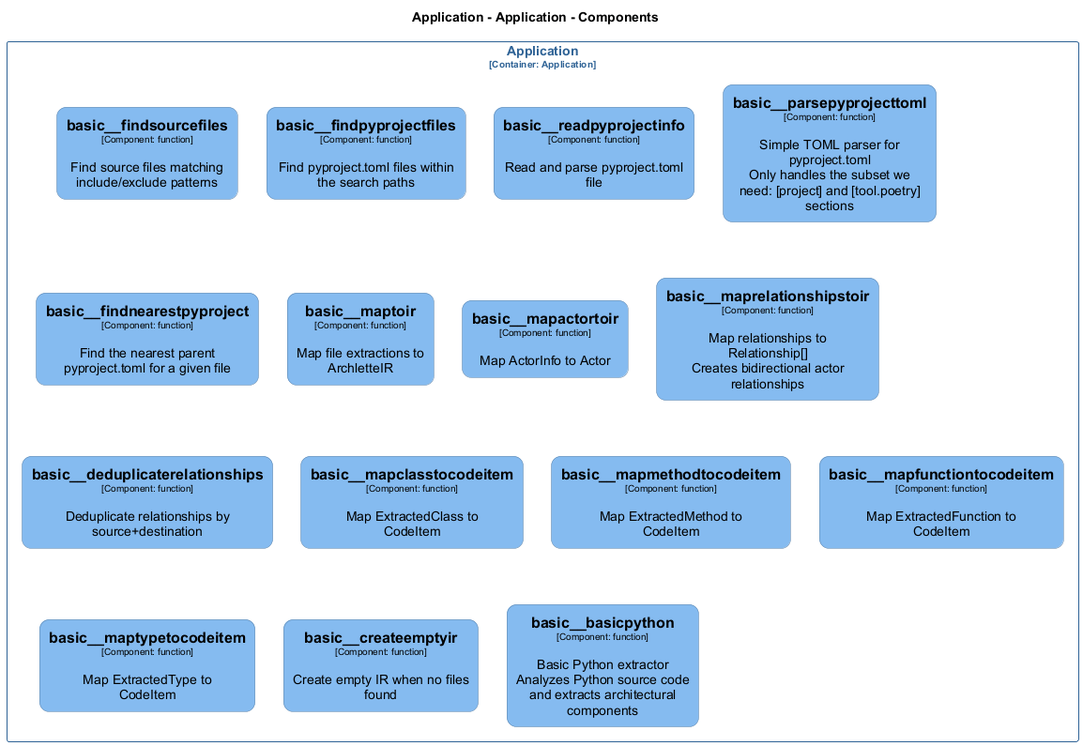
Earlier version of the PlantUML export src/templates/docs/architecture/diagrams/structurizr-Classes_default_container__basic.png (chrislyons-dev/archlette). The source it was exported from:
```plantuml
@startuml
set separator none
title Application - Application - Components

top to bottom direction
skinparam ranksep 60
skinparam nodesep 30

skinparam {
  arrowFontSize 10
  defaultTextAlignment center
  wrapWidth 200
  maxMessageSize 100
  defaultFontName "Arial"
}

hide stereotype

skinparam rectangle<<Application.Application.basic__basicpython>> {
  BackgroundColor #85bbf0
  FontColor #000000
  BorderColor #5d82a8
  roundCorner 20
  shadowing false
}
skinparam rectangle<<Application.Application.basic__createemptyir>> {
  BackgroundColor #85bbf0
  FontColor #000000
  BorderColor #5d82a8
  roundCorner 20
  shadowing false
}
skinparam rectangle<<Application.Application.basic__deduplicaterelationships>> {
  BackgroundColor #85bbf0
  FontColor #000000
  BorderColor #5d82a8
  roundCorner 20
  shadowing false
}
skinparam rectangle<<Application.Application.basic__findnearestpyproject>> {
  BackgroundColor #85bbf0
  FontColor #000000
  BorderColor #5d82a8
  roundCorner 20
  shadowing false
}
skinparam rectangle<<Application.Application.basic__findpyprojectfiles>> {
  BackgroundColor #85bbf0
  FontColor #000000
  BorderColor #5d82a8
  roundCorner 20
  shadowing false
}
skinparam rectangle<<Application.Application.basic__findsourcefiles>> {
  BackgroundColor #85bbf0
  FontColor #000000
  BorderColor #5d82a8
  roundCorner 20
  shadowing false
}
skinparam rectangle<<Application.Application.basic__mapactortoir>> {
  BackgroundColor #85bbf0
  FontColor #000000
  BorderColor #5d82a8
  roundCorner 20
  shadowing false
}
skinparam rectangle<<Application.Application.basic__mapclasstocodeitem>> {
  BackgroundColor #85bbf0
  FontColor #000000
  BorderColor #5d82a8
  roundCorner 20
  shadowing false
}
skinparam rectangle<<Application.Application.basic__mapfunctiontocodeitem>> {
  BackgroundColor #85bbf0
  FontColor #000000
  BorderColor #5d82a8
  roundCorner 20
  shadowing false
}
skinparam rectangle<<Application.Application.basic__mapmethodtocodeitem>> {
  BackgroundColor #85bbf0
  FontColor #000000
  BorderColor #5d82a8
  roundCorner 20
  shadowing false
}
skinparam rectangle<<Application.Application.basic__maprelationshipstoir>> {
  BackgroundColor #85bbf0
  FontColor #000000
  BorderColor #5d82a8
  roundCorner 20
  shadowing false
}
skinparam rectangle<<Application.Application.basic__maptoir>> {
  BackgroundColor #85bbf0
  FontColor #000000
  BorderColor #5d82a8
  roundCorner 20
  shadowing false
}
skinparam rectangle<<Application.Application.basic__maptypetocodeitem>> {
  BackgroundColor #85bbf0
  FontColor #000000
  BorderColor #5d82a8
  roundCorner 20
  shadowing false
}
skinparam rectangle<<Application.Application.basic__parsepyprojecttoml>> {
  BackgroundColor #85bbf0
  FontColor #000000
  BorderColor #5d82a8
  roundCorner 20
  shadowing false
}
skinparam rectangle<<Application.Application.basic__readpyprojectinfo>> {
  BackgroundColor #85bbf0
  FontColor #000000
  BorderColor #5d82a8
  roundCorner 20
  shadowing false
}
skinparam rectangle<<Application.Application>> {
  BorderColor #2e6295
  FontColor #2e6295
  shadowing false
}

rectangle "Application\n<size:10>[Container: Application]</size>" <<Application.Application>> {
  rectangle "==basic__findsourcefiles\n<size:10>[Component: function]</size>\n\nFind source files matching include/exclude patterns" <<Application.Application.basic__findsourcefiles>> as Application.Application.basic__findsourcefiles
  rectangle "==basic__findpyprojectfiles\n<size:10>[Component: function]</size>\n\nFind pyproject.toml files within the search paths" <<Application.Application.basic__findpyprojectfiles>> as Application.Application.basic__findpyprojectfiles
  rectangle "==basic__readpyprojectinfo\n<size:10>[Component: function]</size>\n\nRead and parse pyproject.toml file" <<Application.Application.basic__readpyprojectinfo>> as Application.Application.basic__readpyprojectinfo
  rectangle "==basic__parsepyprojecttoml\n<size:10>[Component: function]</size>\n\nSimple TOML parser for pyproject.toml\nOnly handles the subset we need: [project] and [tool.poetry] sections" <<Application.Application.basic__parsepyprojecttoml>> as Application.Application.basic__parsepyprojecttoml
  rectangle "==basic__findnearestpyproject\n<size:10>[Component: function]</size>\n\nFind the nearest parent pyproject.toml for a given file" <<Application.Application.basic__findnearestpyproject>> as Application.Application.basic__findnearestpyproject
  rectangle "==basic__maptoir\n<size:10>[Component: function]</size>\n\nMap file extractions to ArchletteIR" <<Application.Application.basic__maptoir>> as Application.Application.basic__maptoir
  rectangle "==basic__mapactortoir\n<size:10>[Component: function]</size>\n\nMap ActorInfo to Actor" <<Application.Application.basic__mapactortoir>> as Application.Application.basic__mapactortoir
  rectangle "==basic__maprelationshipstoir\n<size:10>[Component: function]</size>\n\nMap relationships to Relationship[]\nCreates bidirectional actor relationships" <<Application.Application.basic__maprelationshipstoir>> as Application.Application.basic__maprelationshipstoir
  rectangle "==basic__deduplicaterelationships\n<size:10>[Component: function]</size>\n\nDeduplicate relationships by source+destination" <<Application.Application.basic__deduplicaterelationships>> as Application.Application.basic__deduplicaterelationships
  rectangle "==basic__mapclasstocodeitem\n<size:10>[Component: function]</size>\n\nMap ExtractedClass to CodeItem" <<Application.Application.basic__mapclasstocodeitem>> as Application.Application.basic__mapclasstocodeitem
  rectangle "==basic__mapmethodtocodeitem\n<size:10>[Component: function]</size>\n\nMap ExtractedMethod to CodeItem" <<Application.Application.basic__mapmethodtocodeitem>> as Application.Application.basic__mapmethodtocodeitem
  rectangle "==basic__mapfunctiontocodeitem\n<size:10>[Component: function]</size>\n\nMap ExtractedFunction to CodeItem" <<Application.Application.basic__mapfunctiontocodeitem>> as Application.Application.basic__mapfunctiontocodeitem
  rectangle "==basic__maptypetocodeitem\n<size:10>[Component: function]</size>\n\nMap ExtractedType to CodeItem" <<Application.Application.basic__maptypetocodeitem>> as Application.Application.basic__maptypetocodeitem
  rectangle "==basic__createemptyir\n<size:10>[Component: function]</size>\n\nCreate empty IR when no files found" <<Application.Application.basic__createemptyir>> as Application.Application.basic__createemptyir
  rectangle "==basic__basicpython\n<size:10>[Component: function]</size>\n\nBasic Python extractor\nAnalyzes Python source code and extracts architectural components" <<Application.Application.basic__basicpython>> as Application.Application.basic__basicpython
}

@enduml
```
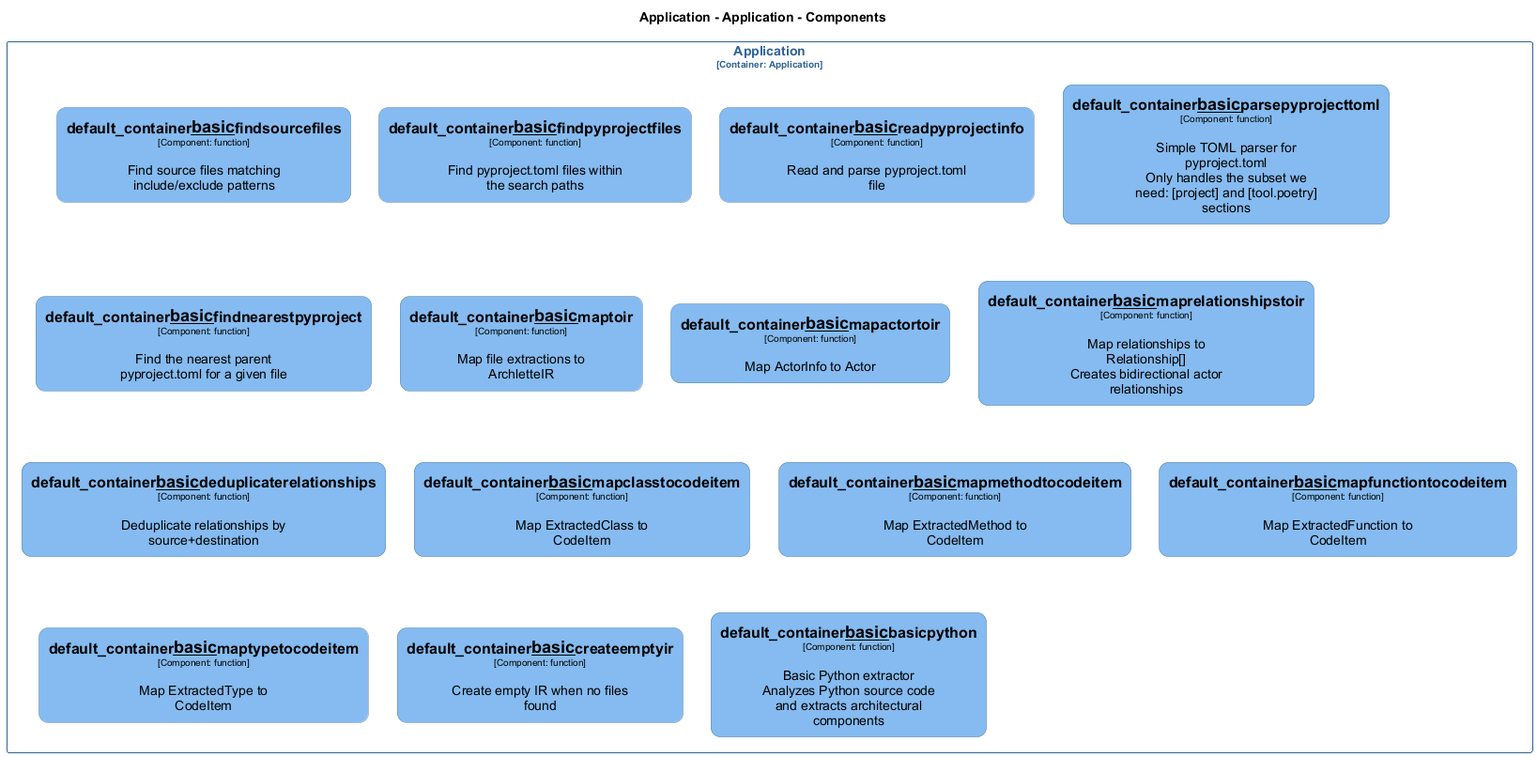
After the change.

Change to the diagram source:
```diff
@@ -16,105 +16,105 @@
 
 hide stereotype
 
-skinparam rectangle<<Application.Application.basic__basicpython>> {
+skinparam rectangle<<Application.Application.default_container__basic__basicpython>> {
   BackgroundColor #85bbf0
   FontColor #000000
   BorderColor #5d82a8
   roundCorner 20
   shadowing false
 }
-skinparam rectangle<<Application.Application.basic__createemptyir>> {
+skinparam rectangle<<Application.Application.default_container__basic__createemptyir>> {
   BackgroundColor #85bbf0
   FontColor #000000
   BorderColor #5d82a8
   roundCorner 20
   shadowing false
 }
-skinparam rectangle<<Application.Application.basic__deduplicaterelationships>> {
+skinparam rectangle<<Application.Application.default_container__basic__deduplicaterelationships>> {
   BackgroundColor #85bbf0
   FontColor #000000
   BorderColor #5d82a8
   roundCorner 20
   shadowing false
 }
-skinparam rectangle<<Application.Application.basic__findnearestpyproject>> {
+skinparam rectangle<<Application.Application.default_container__basic__findnearestpyproject>> {
   BackgroundColor #85bbf0
   FontColor #000000
   BorderColor #5d82a8
   roundCorner 20
   shadowing false
 }
-skinparam rectangle<<Application.Application.basic__findpyprojectfiles>> {
+skinparam rectangle<<Application.Application.default_container__basic__findpyprojectfiles>> {
   BackgroundColor #85bbf0
   FontColor #000000
   BorderColor #5d82a8
   roundCorner 20
   shadowing false
 }
-skinparam rectangle<<Application.Application.basic__findsourcefiles>> {
+skinparam rectangle<<Application.Application.default_container__basic__findsourcefiles>> {
   BackgroundColor #85bbf0
   FontColor #000000
   BorderColor #5d82a8
   roundCorner 20
   shadowing false
 }
-skinparam rectangle<<Application.Application.basic__mapactortoir>> {
+skinparam rectangle<<Application.Application.default_container__basic__mapactortoir>> {
   BackgroundColor #85bbf0
   FontColor #000000
   BorderColor #5d82a8
   roundCorner 20
   shadowing false
 }
-skinparam rectangle<<Application.Application.basic__mapclasstocodeitem>> {
+skinparam rectangle<<Application.Application.default_container__basic__mapclasstocodeitem>> {
   BackgroundColor #85bbf0
   FontColor #000000
   BorderColor #5d82a8
   roundCorner 20
   shadowing false
 }
-skinparam rectangle<<Application.Application.basic__mapfunctiontocodeitem>> {
+skinparam rectangle<<Application.Application.default_container__basic__mapfunctiontocodeitem>> {
   BackgroundColor #85bbf0
   FontColor #000000
   BorderColor #5d82a8
   roundCorner 20
   shadowing false
 }
-skinparam rectangle<<Application.Application.basic__mapmethodtocodeitem>> {
+skinparam rectangle<<Application.Application.default_container__basic__mapmethodtocodeitem>> {
   BackgroundColor #85bbf0
   FontColor #000000
   BorderColor #5d82a8
   roundCorner 20
   shadowing false
 }
-skinparam rectangle<<Application.Application.basic__maprelationshipstoir>> {
+skinparam rectangle<<Application.Application.default_container__basic__maprelationshipstoir>> {
   BackgroundColor #85bbf0
   FontColor #000000
   BorderColor #5d82a8
   roundCorner 20
   shadowing false
 }
-skinparam rectangle<<Application.Application.basic__maptoir>> {
+skinparam rectangle<<Application.Application.default_container__basic__maptoir>> {
   BackgroundColor #85bbf0
   FontColor #000000
   BorderColor #5d82a8
   roundCorner 20
   shadowing false
 }
-skinparam rectangle<<Application.Application.basic__maptypetocodeitem>> {
+skinparam rectangle<<Application.Application.default_container__basic__maptypetocodeitem>> {
   BackgroundColor #85bbf0
   FontColor #000000
   BorderColor #5d82a8
   roundCorner 20
   shadowing false
 }
-skinparam rectangle<<Application.Application.basic__parsepyprojecttoml>> {
+skinparam rectangle<<Application.Application.default_container__basic__parsepyprojecttoml>> {
   BackgroundColor #85bbf0
   FontColor #000000
   BorderColor #5d82a8
   roundCorner 20
   shadowing false
 }
-skinparam rectangle<<Application.Application.basic__readpyprojectinfo>> {
+skinparam rectangle<<Application.Application.default_container__basic__readpyprojectinfo>> {
   BackgroundColor #85bbf0
   FontColor #000000
   BorderColor #5d82a8
@@ -128,21 +128,21 @@
 }
 
 rectangle "Application\n<size:10>[Container: Application]</size>" <<Application.Application>> {
-  rectangle "==basic__findsourcefiles\n<size:10>[Component: function]</size>\n\nFind source files matching include/exclude patterns" <<Application.Application.basic__findsourcefiles>> as Application.Application.basic__findsourcefiles
-  rectangle "==basic__findpyprojectfiles\n<size:10>[Component: function]</size>\n\nFind pyproject.toml files within the search paths" <<Application.Application.basic__findpyprojectfiles>> as Application.Application.basic__findpyprojectfiles
-  rectangle "==basic__readpyprojectinfo\n<size:10>[Component: function]</size>\n\nRead and parse pyproject.toml file" <<Application.Application.basic__readpyprojectinfo>> as Application.Application.basic__readpyprojectinfo
-  rectangle "==basic__parsepyprojecttoml\n<size:10>[Component: function]</size>\n\nSimple TOML parser for pyproject.toml\nOnly handles the subset we need: [project] and [tool.poetry] sections" <<Application.Application.basic__parsepyprojecttoml>> as Application.Application.basic__parsepyprojecttoml
-  rectangle "==basic__findnearestpyproject\n<size:10>[Component: function]</size>\n\nFind the nearest parent pyproject.toml for a given file" <<Application.Application.basic__findnearestpyproject>> as Application.Application.basic__findnearestpyproject
-  rectangle "==basic__maptoir\n<size:10>[Component: function]</size>\n\nMap file extractions to ArchletteIR" <<Application.Application.basic__maptoir>> as Application.Application.basic__maptoir
-  rectangle "==basic__mapactortoir\n<size:10>[Component: function]</size>\n\nMap ActorInfo to Actor" <<Application.Application.basic__mapactortoir>> as Application.Application.basic__mapactortoir
-  rectangle "==basic__maprelationshipstoir\n<size:10>[Component: function]</size>\n\nMap relationships to Relationship[]\nCreates bidirectional actor relationships" <<Application.Application.basic__maprelationshipstoir>> as Application.Application.basic__maprelationshipstoir
-  rectangle "==basic__deduplicaterelationships\n<size:10>[Component: function]</size>\n\nDeduplicate relationships by source+destination" <<Application.Application.basic__deduplicaterelationships>> as Application.Application.basic__deduplicaterelationships
-  rectangle "==basic__mapclasstocodeitem\n<size:10>[Component: function]</size>\n\nMap ExtractedClass to CodeItem" <<Application.Application.basic__mapclasstocodeitem>> as Application.Application.basic__mapclasstocodeitem
-  rectangle "==basic__mapmethodtocodeitem\n<size:10>[Component: function]</size>\n\nMap ExtractedMethod to CodeItem" <<Application.Application.basic__mapmethodtocodeitem>> as Application.Application.basic__mapmethodtocodeitem
-  rectangle "==basic__mapfunctiontocodeitem\n<size:10>[Component: function]</size>\n\nMap ExtractedFunction to CodeItem" <<Application.Application.basic__mapfunctiontocodeitem>> as Application.Application.basic__mapfunctiontocodeitem
-  rectangle "==basic__maptypetocodeitem\n<size:10>[Component: function]</size>\n\nMap ExtractedType to CodeItem" <<Application.Application.basic__maptypetocodeitem>> as Application.Application.basic__maptypetocodeitem
-  rectangle "==basic__createemptyir\n<size:10>[Component: function]</size>\n\nCreate empty IR when no files found" <<Application.Application.basic__createemptyir>> as Application.Application.basic__createemptyir
-  rectangle "==basic__basicpython\n<size:10>[Component: function]</size>\n\nBasic Python extractor\nAnalyzes Python source code and extracts architectural components" <<Application.Application.basic__basicpython>> as Application.Application.basic__basicpython
+  rectangle "==default_container__basic__findsourcefiles\n<size:10>[Component: function]</size>\n\nFind source files matching include/exclude patterns" <<Application.Application.default_container__basic__findsourcefiles>> as Application.Application.default_container__basic__findsourcefiles
+  rectangle "==default_container__basic__findpyprojectfiles\n<size:10>[Component: function]</size>\n\nFind pyproject.toml files within the search paths" <<Application.Application.default_container__basic__findpyprojectfiles>> as Application.Application.default_container__basic__findpyprojectfiles
+  rectangle "==default_container__basic__readpyprojectinfo\n<size:10>[Component: function]</size>\n\nRead and parse pyproject.toml file" <<Application.Application.default_container__basic__readpyprojectinfo>> as Application.Application.default_container__basic__readpyprojectinfo
+  rectangle "==default_container__basic__parsepyprojecttoml\n<size:10>[Component: function]</size>\n\nSimple TOML parser for pyproject.toml\nOnly handles the subset we need: [project] and [tool.poetry] sections" <<Application.Application.default_container__basic__parsepyprojecttoml>> as Application.Application.default_container__basic__parsepyprojecttoml
+  rectangle "==default_container__basic__findnearestpyproject\n<size:10>[Component: function]</size>\n\nFind the nearest parent pyproject.toml for a given file" <<Application.Application.default_container__basic__findnearestpyproject>> as Application.Application.default_container__basic__findnearestpyproject
+  rectangle "==default_container__basic__maptoir\n<size:10>[Component: function]</size>\n\nMap file extractions to ArchletteIR" <<Application.Application.default_container__basic__maptoir>> as Application.Application.default_container__basic__maptoir
+  rectangle "==default_container__basic__mapactortoir\n<size:10>[Component: function]</size>\n\nMap ActorInfo to Actor" <<Application.Application.default_container__basic__mapactortoir>> as Application.Application.default_container__basic__mapactortoir
+  rectangle "==default_container__basic__maprelationshipstoir\n<size:10>[Component: function]</size>\n\nMap relationships to Relationship[]\nCreates bidirectional actor relationships" <<Application.Application.default_container__basic__maprelationshipstoir>> as Application.Application.default_container__basic__maprelationshipstoir
+  rectangle "==default_container__basic__deduplicaterelationships\n<size:10>[Component: function]</size>\n\nDeduplicate relationships by source+destination" <<Application.Application.default_container__basic__deduplicaterelationships>> as Application.Application.default_container__basic__deduplicaterelationships
+  rectangle "==default_container__basic__mapclasstocodeitem\n<size:10>[Component: function]</size>\n\nMap ExtractedClass to CodeItem" <<Application.Application.default_container__basic__mapclasstocodeitem>> as Application.Application.default_container__basic__mapclasstocodeitem
+  rectangle "==default_container__basic__mapmethodtocodeitem\n<size:10>[Component: function]</size>\n\nMap ExtractedMethod to CodeItem" <<Application.Application.default_container__basic__mapmethodtocodeitem>> as Application.Application.default_container__basic__mapmethodtocodeitem
+  rectangle "==default_container__basic__mapfunctiontocodeitem\n<size:10>[Component: function]</size>\n\nMap ExtractedFunction to CodeItem" <<Application.Application.default_container__basic__mapfunctiontocodeitem>> as Application.Application.default_container__basic__mapfunctiontocodeitem
+  rectangle "==default_container__basic__maptypetocodeitem\n<size:10>[Component: function]</size>\n\nMap ExtractedType to CodeItem" <<Application.Application.default_container__basic__maptypetocodeitem>> as Application.Application.default_container__basic__maptypetocodeitem
+  rectangle "==default_container__basic__createemptyir\n<size:10>[Component: function]</size>\n\nCreate empty IR when no files found" <<Application.Application.default_container__basic__createemptyir>> as Application.Application.default_container__basic__createemptyir
+  rectangle "==default_container__basic__basicpython\n<size:10>[Component: function]</size>\n\nBasic Python extractor\nAnalyzes Python source code and extracts architectural components" <<Application.Application.default_container__basic__basicpython>> as Application.Application.default_container__basic__basicpython
 }
 
 @enduml
```
